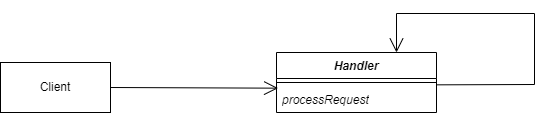
This is diagram.drawio.png from xiangxiang3451/OOAP_03, a draw.io export, as it was before one commit. Source tidied: cells renumbered, new cells last; positions are measured from the earlier drawing's top-left corner, leaving out a move shared by most shapes.
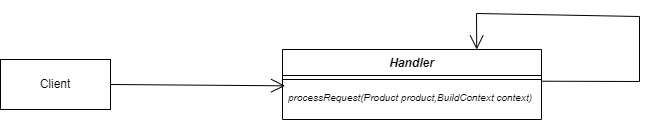
After the change.

Change to the diagram source:
```diff
@@ -3,25 +3,26 @@
     <mxCell id="0" />
     <mxCell id="1" parent="0" />
     <mxCell id="2" value="&lt;i&gt;Handler&lt;/i&gt;" style="swimlane;fontStyle=1;align=center;verticalAlign=top;horizontal=1;startSize=26;whiteSpace=wrap;html=1;" parent="1" vertex="1">
-      <mxGeometry x="276" y="39" width="160" height="60" as="geometry" />
+      <mxGeometry x="217" y="39" width="259" height="70" as="geometry" />
     </mxCell>
     <mxCell id="3" style="line;strokeWidth=1;fillColor=none;align=left;verticalAlign=middle;spacingTop=-1;spacingLeft=3;spacingRight=3;labelPosition=right;strokeColor=inherit;" parent="2" vertex="1">
-      <mxGeometry y="26" width="160" height="8" as="geometry" />
+      <mxGeometry y="26" width="259" height="8" as="geometry" />
     </mxCell>
-    <mxCell id="4" value="&lt;i&gt;processRequest&lt;/i&gt;" style="text;strokeColor=none;fillColor=none;align=left;verticalAlign=top;spacingLeft=4;spacingRight=4;overflow=hidden;points=[[0,0.5],[1,0.5]];portConstraint=eastwest;whiteSpace=wrap;html=1;" parent="2" vertex="1">
-      <mxGeometry y="34" width="160" height="26" as="geometry" />
+    <mxCell id="4" value="&lt;i&gt;&lt;font style=&quot;font-size: 10px;&quot;&gt;processRequest(Product product,BuildContext context)&lt;/font&gt;&lt;/i&gt;" style="text;strokeColor=none;fillColor=none;align=left;verticalAlign=top;spacingLeft=4;spacingRight=4;overflow=hidden;points=[[0,0.5],[1,0.5]];portConstraint=eastwest;whiteSpace=wrap;html=1;" parent="2" vertex="1">
+      <mxGeometry y="34" width="259" height="36" as="geometry" />
     </mxCell>
     <mxCell id="5" style="endArrow=open;endFill=1;endSize=12;html=1;rounded=0;fontSize=12;curved=0;exitX=0.998;exitY=-0.064;exitDx=0;exitDy=0;exitPerimeter=0;entryX=0.75;entryY=0;entryDx=0;entryDy=0;" parent="2" edge="1" source="4" target="2">
       <mxGeometry relative="1" as="geometry">
         <Array as="points">
           <mxPoint x="258" y="32" />
-          <mxPoint x="258" y="-39" />
-          <mxPoint x="120" y="-39" />
+          <mxPoint x="357" y="32" />
+          <mxPoint x="357" y="-33" />
+          <mxPoint x="194" y="-36" />
         </Array>
       </mxGeometry>
     </mxCell>
     <mxCell id="6" value="Client" style="html=1;whiteSpace=wrap;" parent="1" vertex="1">
-      <mxGeometry y="49" width="110" height="50" as="geometry" />
+      <mxGeometry x="-65" y="49" width="110" height="50" as="geometry" />
     </mxCell>
     <mxCell id="7" style="endArrow=open;endFill=1;endSize=12;html=1;rounded=0;fontSize=12;curved=1;entryX=0.01;entryY=0.064;entryDx=0;entryDy=0;entryPerimeter=0;exitX=1;exitY=0.5;exitDx=0;exitDy=0;" parent="1" edge="1" source="6" target="4">
       <mxGeometry relative="1" as="geometry" />
```
